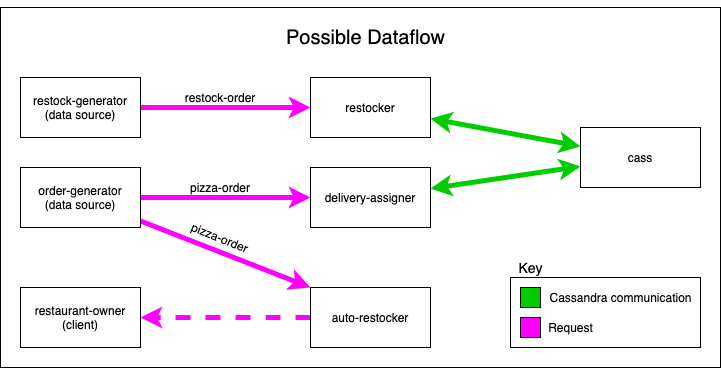
Earlier version of the draw.io export Design/Dataflow/Possible_Dataflow.png (CPVazquez/CS6343Linear). Source tidied: cells renumbered, new cells last; positions are measured from the earlier drawing's top-left corner, leaving out a move shared by most shapes. The source it was exported from:
```xml
<mxGraphModel>
  <root>
    <mxCell id="0" />
    <mxCell id="1" parent="0" />
    <mxCell id="2" style="rounded=0;whiteSpace=wrap;html=1;fillColor=#FFFFFF;" parent="1" vertex="1">
      <mxGeometry width="720" height="360" as="geometry" />
    </mxCell>
    <mxCell id="3" style="edgeStyle=none;rounded=0;orthogonalLoop=1;jettySize=auto;html=1;exitX=0.5;exitY=0;exitDx=0;exitDy=0;" parent="1" edge="1" source="2" target="2">
      <mxGeometry relative="1" as="geometry" />
    </mxCell>
    <mxCell id="4" value="Dia" parent="0" />
    <mxCell id="5" style="rounded=0;whiteSpace=wrap;html=1;fillColor=#FFFFFF;shadow=0;" parent="4" vertex="1">
      <mxGeometry x="510" y="270" width="190" height="70" as="geometry" />
    </mxCell>
    <mxCell id="6" style="rounded=0;jettySize=auto;html=1;fillColor=#d80073;strokeWidth=5;strokeColor=#FF00FF;" parent="4" edge="1" source="27" target="8">
      <mxGeometry relative="1" as="geometry" />
    </mxCell>
    <mxCell id="7" style="rounded=0;jettySize=auto;html=1;strokeColor=#FF00FF;strokeWidth=5;" parent="4" edge="1" source="13" target="9">
      <mxGeometry relative="1" as="geometry" />
    </mxCell>
    <mxCell id="8" value="restocker" style="rounded=0;whiteSpace=wrap;html=1;" parent="4" vertex="1">
      <mxGeometry x="310" y="70" width="120" height="60" as="geometry" />
    </mxCell>
    <mxCell id="9" value="delivery-assigner" style="rounded=0;whiteSpace=wrap;html=1;" parent="4" vertex="1">
      <mxGeometry x="310" y="160" width="120" height="60" as="geometry" />
    </mxCell>
    <mxCell id="10" style="edgeStyle=orthogonalEdgeStyle;curved=1;rounded=0;jettySize=auto;html=1;exitX=0;exitY=0.5;exitDx=0;exitDy=0;entryX=1;entryY=0.5;entryDx=0;entryDy=0;strokeColor=#FF00FF;strokeWidth=5;dashed=1;" parent="4" edge="1" source="11" target="14">
      <mxGeometry relative="1" as="geometry" />
    </mxCell>
    <mxCell id="11" value="auto-restocker" style="rounded=0;whiteSpace=wrap;html=1;" parent="4" vertex="1">
      <mxGeometry x="310" y="280" width="120" height="60" as="geometry" />
    </mxCell>
    <mxCell id="12" style="rounded=0;jettySize=auto;html=1;entryX=0;entryY=0;entryDx=0;entryDy=0;strokeColor=#FF00FF;strokeWidth=5;" parent="4" edge="1" source="13" target="11">
      <mxGeometry relative="1" as="geometry" />
    </mxCell>
    <mxCell id="13" value="order-generator&lt;br&gt;(data source)" style="rounded=0;whiteSpace=wrap;html=1;" parent="4" vertex="1">
      <mxGeometry x="20" y="160" width="120" height="60" as="geometry" />
    </mxCell>
    <mxCell id="14" value="restaurant-owner&lt;br&gt;(client)" style="rounded=0;whiteSpace=wrap;html=1;" parent="4" vertex="1">
      <mxGeometry x="20" y="280" width="120" height="60" as="geometry" />
    </mxCell>
    <mxCell id="15" value="cass" style="rounded=0;whiteSpace=wrap;html=1;" parent="4" vertex="1">
      <mxGeometry x="580" y="120" width="120" height="60" as="geometry" />
    </mxCell>
    <mxCell id="16" style="endArrow=classic;startArrow=classic;html=1;strokeColor=#00CC00;strokeWidth=5;" parent="4" edge="1" source="9" target="15">
      <mxGeometry relative="1" as="geometry" />
    </mxCell>
    <mxCell id="17" style="endArrow=classic;startArrow=classic;html=1;strokeColor=#00CC00;strokeWidth=5;" parent="4" edge="1" source="15" target="8">
      <mxGeometry relative="1" as="geometry" />
    </mxCell>
    <mxCell id="18" style="rounded=0;whiteSpace=wrap;html=1;fillColor=#00CC00;" parent="4" vertex="1">
      <mxGeometry x="520" y="280" width="20" height="20" as="geometry" />
    </mxCell>
    <mxCell id="19" style="rounded=0;whiteSpace=wrap;html=1;fillColor=#FF00FF;" parent="4" vertex="1">
      <mxGeometry x="520" y="310" width="20" height="20" as="geometry" />
    </mxCell>
    <mxCell id="20" value="Cassandra communication" style="text;html=1;align=center;verticalAlign=middle;points=[];" parent="4" vertex="1">
      <mxGeometry x="540" y="280" width="160" height="20" as="geometry" />
    </mxCell>
    <mxCell id="21" value="Request" style="text;html=1;align=center;verticalAlign=middle;" parent="4" vertex="1">
      <mxGeometry x="540" y="310" width="60" height="20" as="geometry" />
    </mxCell>
    <mxCell id="22" value="&lt;font style=&quot;font-size: 14px&quot;&gt;Key&lt;/font&gt;" style="text;html=1;align=center;verticalAlign=middle;" parent="4" vertex="1">
      <mxGeometry x="510" y="250" width="40" height="20" as="geometry" />
    </mxCell>
    <mxCell id="23" value="&lt;font style=&quot;font-size: 20px&quot;&gt;Possible Dataflow&lt;/font&gt;" style="text;html=1;align=center;verticalAlign=middle;" parent="4" vertex="1">
      <mxGeometry x="280" y="20" width="170" height="20" as="geometry" />
    </mxCell>
    <mxCell id="24" value="pizza-order" style="text;html=1;strokeColor=none;fillColor=none;align=center;verticalAlign=middle;whiteSpace=wrap;rounded=0;shadow=0;rotation=22;" parent="4" vertex="1">
      <mxGeometry x="180" y="220" width="80" height="20" as="geometry" />
    </mxCell>
    <mxCell id="25" value="restock-order" style="text;html=1;strokeColor=none;fillColor=none;align=center;verticalAlign=middle;whiteSpace=wrap;rounded=0;shadow=0;rotation=0;" parent="4" vertex="1">
      <mxGeometry x="180" y="80" width="80" height="20" as="geometry" />
    </mxCell>
    <mxCell id="26" value="pizza-order" style="text;html=1;strokeColor=none;fillColor=none;align=center;verticalAlign=middle;whiteSpace=wrap;rounded=0;shadow=0;rotation=0;" parent="4" vertex="1">
      <mxGeometry x="180" y="170" width="80" height="20" as="geometry" />
    </mxCell>
    <mxCell id="27" value="restock-generator&lt;br&gt;(data source)" style="rounded=0;whiteSpace=wrap;html=1;" parent="4" vertex="1">
      <mxGeometry x="20" y="70" width="120" height="60" as="geometry" />
    </mxCell>
  </root>
</mxGraphModel>
```
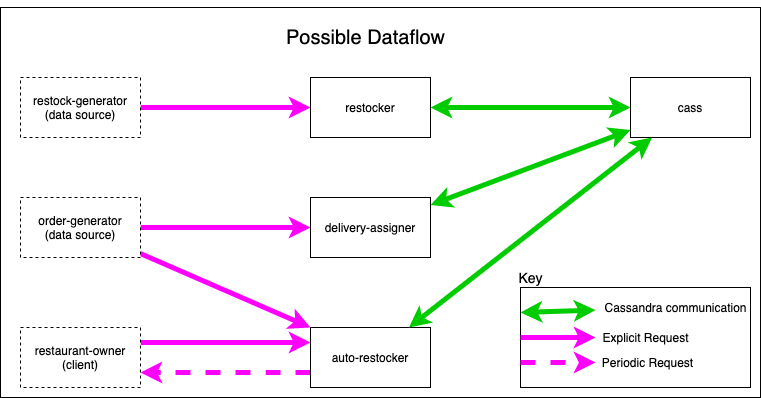
Above is the later version.

Commit message:
modified dataflow and added description

Change to the diagram source:
```diff
@@ -3,15 +3,12 @@
     <mxCell id="0" />
     <mxCell id="1" parent="0" />
     <mxCell id="2" style="rounded=0;whiteSpace=wrap;html=1;fillColor=#FFFFFF;" parent="1" vertex="1">
-      <mxGeometry width="720" height="360" as="geometry" />
+      <mxGeometry x="-720" y="-160" width="760" height="390" as="geometry" />
     </mxCell>
     <mxCell id="3" style="edgeStyle=none;rounded=0;orthogonalLoop=1;jettySize=auto;html=1;exitX=0.5;exitY=0;exitDx=0;exitDy=0;" parent="1" edge="1" source="2" target="2">
       <mxGeometry relative="1" as="geometry" />
     </mxCell>
     <mxCell id="4" value="Dia" parent="0" />
-    <mxCell id="5" style="rounded=0;whiteSpace=wrap;html=1;fillColor=#FFFFFF;shadow=0;" parent="4" vertex="1">
-      <mxGeometry x="510" y="270" width="190" height="70" as="geometry" />
-    </mxCell>
     <mxCell id="6" style="rounded=0;jettySize=auto;html=1;fillColor=#d80073;strokeWidth=5;strokeColor=#FF00FF;" parent="4" edge="1" source="27" target="8">
       <mxGeometry relative="1" as="geometry" />
     </mxCell>
@@ -19,28 +16,31 @@
       <mxGeometry relative="1" as="geometry" />
     </mxCell>
     <mxCell id="8" value="restocker" style="rounded=0;whiteSpace=wrap;html=1;" parent="4" vertex="1">
-      <mxGeometry x="310" y="70" width="120" height="60" as="geometry" />
+      <mxGeometry x="-410" y="-90" width="120" height="60" as="geometry" />
     </mxCell>
     <mxCell id="9" value="delivery-assigner" style="rounded=0;whiteSpace=wrap;html=1;" parent="4" vertex="1">
-      <mxGeometry x="310" y="160" width="120" height="60" as="geometry" />
+      <mxGeometry x="-410" y="30" width="120" height="60" as="geometry" />
     </mxCell>
-    <mxCell id="10" style="edgeStyle=orthogonalEdgeStyle;curved=1;rounded=0;jettySize=auto;html=1;exitX=0;exitY=0.5;exitDx=0;exitDy=0;entryX=1;entryY=0.5;entryDx=0;entryDy=0;strokeColor=#FF00FF;strokeWidth=5;dashed=1;" parent="4" edge="1" source="11" target="14">
+    <mxCell id="10" style="edgeStyle=orthogonalEdgeStyle;curved=1;rounded=0;jettySize=auto;html=1;exitX=0;exitY=0.75;exitDx=0;exitDy=0;entryX=1;entryY=0.75;entryDx=0;entryDy=0;strokeColor=#FF00FF;strokeWidth=5;dashed=1;" parent="4" edge="1" source="11" target="14">
       <mxGeometry relative="1" as="geometry" />
     </mxCell>
     <mxCell id="11" value="auto-restocker" style="rounded=0;whiteSpace=wrap;html=1;" parent="4" vertex="1">
-      <mxGeometry x="310" y="280" width="120" height="60" as="geometry" />
+      <mxGeometry x="-410" y="160" width="120" height="60" as="geometry" />
     </mxCell>
     <mxCell id="12" style="rounded=0;jettySize=auto;html=1;entryX=0;entryY=0;entryDx=0;entryDy=0;strokeColor=#FF00FF;strokeWidth=5;" parent="4" edge="1" source="13" target="11">
       <mxGeometry relative="1" as="geometry" />
     </mxCell>
-    <mxCell id="13" value="order-generator&lt;br&gt;(data source)" style="rounded=0;whiteSpace=wrap;html=1;" parent="4" vertex="1">
-      <mxGeometry x="20" y="160" width="120" height="60" as="geometry" />
+    <mxCell id="13" value="order-generator&lt;br&gt;(data source)" style="rounded=0;whiteSpace=wrap;html=1;dashed=1;" parent="4" vertex="1">
+      <mxGeometry x="-700" y="30" width="120" height="60" as="geometry" />
     </mxCell>
+    <mxCell id="28" style="edgeStyle=orthogonalEdgeStyle;rounded=0;jettySize=auto;html=1;exitX=1;exitY=0.25;exitDx=0;exitDy=0;entryX=0;entryY=0.25;entryDx=0;entryDy=0;strokeColor=#FF00FF;strokeWidth=5;" parent="4" edge="1" source="14" target="11">
+      <mxGeometry relative="1" as="geometry" />
+    </mxCell>
-    <mxCell id="14" value="restaurant-owner&lt;br&gt;(client)" style="rounded=0;whiteSpace=wrap;html=1;" parent="4" vertex="1">
-      <mxGeometry x="20" y="280" width="120" height="60" as="geometry" />
+    <mxCell id="14" value="restaurant-owner&lt;br&gt;(client)" style="rounded=0;whiteSpace=wrap;html=1;dashed=1;" parent="4" vertex="1">
+      <mxGeometry x="-700" y="160" width="120" height="60" as="geometry" />
     </mxCell>
     <mxCell id="15" value="cass" style="rounded=0;whiteSpace=wrap;html=1;" parent="4" vertex="1">
-      <mxGeometry x="580" y="120" width="120" height="60" as="geometry" />
+      <mxGeometry x="-90" y="-90" width="120" height="60" as="geometry" />
     </mxCell>
     <mxCell id="16" style="endArrow=classic;startArrow=classic;html=1;strokeColor=#00CC00;strokeWidth=5;" parent="4" edge="1" source="9" target="15">
       <mxGeometry relative="1" as="geometry" />
@@ -48,35 +48,38 @@
     <mxCell id="17" style="endArrow=classic;startArrow=classic;html=1;strokeColor=#00CC00;strokeWidth=5;" parent="4" edge="1" source="15" target="8">
       <mxGeometry relative="1" as="geometry" />
     </mxCell>
-    <mxCell id="18" style="rounded=0;whiteSpace=wrap;html=1;fillColor=#00CC00;" parent="4" vertex="1">
-      <mxGeometry x="520" y="280" width="20" height="20" as="geometry" />
-    </mxCell>
-    <mxCell id="19" style="rounded=0;whiteSpace=wrap;html=1;fillColor=#FF00FF;" parent="4" vertex="1">
-      <mxGeometry x="520" y="310" width="20" height="20" as="geometry" />
-    </mxCell>
+    <mxCell id="23" value="&lt;font style=&quot;font-size: 20px&quot;&gt;Possible Dataflow&lt;/font&gt;" style="text;html=1;align=center;verticalAlign=middle;" parent="4" vertex="1">
+      <mxGeometry x="-440" y="-140" width="170" height="20" as="geometry" />
+    </mxCell>
+    <mxCell id="27" value="restock-generator&lt;br&gt;(data source)" style="rounded=0;whiteSpace=wrap;html=1;dashed=1;" parent="4" vertex="1">
+      <mxGeometry x="-700" y="-90" width="120" height="60" as="geometry" />
+    </mxCell>
+    <mxCell id="29" style="endArrow=classic;startArrow=classic;html=1;strokeColor=#00CC00;strokeWidth=5;" parent="4" edge="1" source="11" target="15">
+      <mxGeometry relative="1" as="geometry" />
+    </mxCell>
+    <mxCell id="30" style="rounded=0;whiteSpace=wrap;html=1;fillColor=#FFFFFF;shadow=0;" parent="4" vertex="1">
+      <mxGeometry x="-200" y="120" width="230" height="100" as="geometry" />
+    </mxCell>
     <mxCell id="20" value="Cassandra communication" style="text;html=1;align=center;verticalAlign=middle;points=[];" parent="4" vertex="1">
-      <mxGeometry x="540" y="280" width="160" height="20" as="geometry" />
+      <mxGeometry x="-125" y="130" width="160" height="20" as="geometry" />
     </mxCell>
-    <mxCell id="21" value="Request" style="text;html=1;align=center;verticalAlign=middle;" parent="4" vertex="1">
-      <mxGeometry x="540" y="310" width="60" height="20" as="geometry" />
-    </mxCell>
+    <mxCell id="31" value="Explicit Request" style="text;html=1;align=center;verticalAlign=middle;points=[];" parent="4" vertex="1">
+      <mxGeometry x="-125" y="160" width="100" height="20" as="geometry" />
+    </mxCell>
     <mxCell id="22" value="&lt;font style=&quot;font-size: 14px&quot;&gt;Key&lt;/font&gt;" style="text;html=1;align=center;verticalAlign=middle;" parent="4" vertex="1">
-      <mxGeometry x="510" y="250" width="40" height="20" as="geometry" />
+      <mxGeometry x="-210" y="100" width="40" height="20" as="geometry" />
     </mxCell>
-    <mxCell id="23" value="&lt;font style=&quot;font-size: 20px&quot;&gt;Possible Dataflow&lt;/font&gt;" style="text;html=1;align=center;verticalAlign=middle;" parent="4" vertex="1">
-      <mxGeometry x="280" y="20" width="170" height="20" as="geometry" />
-    </mxCell>
-    <mxCell id="24" value="pizza-order" style="text;html=1;strokeColor=none;fillColor=none;align=center;verticalAlign=middle;whiteSpace=wrap;rounded=0;shadow=0;rotation=22;" parent="4" vertex="1">
-      <mxGeometry x="180" y="220" width="80" height="20" as="geometry" />
-    </mxCell>
-    <mxCell id="25" value="restock-order" style="text;html=1;strokeColor=none;fillColor=none;align=center;verticalAlign=middle;whiteSpace=wrap;rounded=0;shadow=0;rotation=0;" parent="4" vertex="1">
-      <mxGeometry x="180" y="80" width="80" height="20" as="geometry" />
-    </mxCell>
-    <mxCell id="26" value="pizza-order" style="text;html=1;strokeColor=none;fillColor=none;align=center;verticalAlign=middle;whiteSpace=wrap;rounded=0;shadow=0;rotation=0;" parent="4" vertex="1">
-      <mxGeometry x="180" y="170" width="80" height="20" as="geometry" />
-    </mxCell>
-    <mxCell id="27" value="restock-generator&lt;br&gt;(data source)" style="rounded=0;whiteSpace=wrap;html=1;" parent="4" vertex="1">
-      <mxGeometry x="20" y="70" width="120" height="60" as="geometry" />
-    </mxCell>
+    <mxCell id="32" style="endArrow=classic;startArrow=classic;html=1;strokeColor=#00CC00;strokeWidth=5;exitX=0;exitY=0.25;exitDx=0;exitDy=0;" parent="4" edge="1" source="30" target="20">
+      <mxGeometry relative="1" as="geometry" />
+    </mxCell>
+    <mxCell id="33" style="endArrow=classic;html=1;strokeWidth=5;exitX=0;exitY=0.5;exitDx=0;exitDy=0;strokeColor=#FF00FF;" parent="4" edge="1" source="30" target="31">
+      <mxGeometry relative="1" as="geometry" />
+    </mxCell>
+    <mxCell id="34" value="Periodic Request" style="text;html=1;strokeColor=none;fillColor=none;align=center;verticalAlign=middle;whiteSpace=wrap;rounded=0;dashed=1;" parent="4" vertex="1">
+      <mxGeometry x="-125" y="185" width="105" height="20" as="geometry" />
+    </mxCell>
+    <mxCell id="35" style="endArrow=classic;html=1;strokeColor=#FF00FF;strokeWidth=5;exitX=0;exitY=0.75;exitDx=0;exitDy=0;entryX=0;entryY=0.5;entryDx=0;entryDy=0;dashed=1;" parent="4" edge="1" source="30" target="34">
+      <mxGeometry relative="1" as="geometry" />
+    </mxCell>
   </root>
 </mxGraphModel>
```
